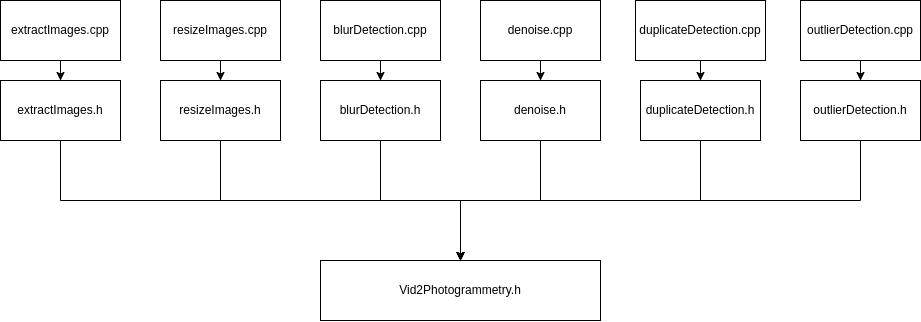
This is report/images/designDiagrams/libraryStructure.png from lucianjames/Vid2Photogrammetry, a draw.io export, as it was before one commit. Source tidied: cells renumbered, new cells last; positions are measured from the earlier drawing's top-left corner, leaving out a move shared by most shapes. Source of this version:
```xml
<mxGraphModel>
  <root>
    <mxCell id="0" />
    <mxCell id="1" parent="0" />
    <mxCell id="2" value="Vid2Photogrammetry.h" style="rounded=0;whiteSpace=wrap;html=1;" parent="1" vertex="1">
      <mxGeometry x="320" y="260" width="280" height="60" as="geometry" />
    </mxCell>
    <mxCell id="3" style="edgeStyle=orthogonalEdgeStyle;rounded=0;jettySize=auto;html=1;" parent="1" edge="1" source="4" target="2">
      <mxGeometry relative="1" as="geometry">
        <Array as="points">
          <mxPoint x="220" y="200" />
          <mxPoint x="460" y="200" />
        </Array>
      </mxGeometry>
    </mxCell>
    <mxCell id="4" value="resizeImages.h" style="rounded=0;whiteSpace=wrap;html=1;" parent="1" vertex="1">
      <mxGeometry x="160" y="80" width="120" height="60" as="geometry" />
    </mxCell>
    <mxCell id="5" style="edgeStyle=orthogonalEdgeStyle;rounded=0;jettySize=auto;html=1;" parent="1" edge="1" source="6" target="4">
      <mxGeometry relative="1" as="geometry" />
    </mxCell>
    <mxCell id="6" value="resizeImages.cpp" style="rounded=0;whiteSpace=wrap;html=1;" parent="1" vertex="1">
      <mxGeometry x="160" width="120" height="60" as="geometry" />
    </mxCell>
    <mxCell id="7" style="edgeStyle=orthogonalEdgeStyle;rounded=0;jettySize=auto;html=1;entryX=0.5;entryY=0;entryDx=0;entryDy=0;" parent="1" edge="1" source="8" target="2">
      <mxGeometry relative="1" as="geometry">
        <Array as="points">
          <mxPoint x="60" y="200" />
          <mxPoint x="460" y="200" />
        </Array>
      </mxGeometry>
    </mxCell>
    <mxCell id="8" value="extractImages.h" style="rounded=0;whiteSpace=wrap;html=1;" parent="1" vertex="1">
      <mxGeometry y="80" width="120" height="60" as="geometry" />
    </mxCell>
    <mxCell id="9" style="edgeStyle=orthogonalEdgeStyle;rounded=0;jettySize=auto;html=1;" parent="1" edge="1" source="10" target="8">
      <mxGeometry relative="1" as="geometry" />
    </mxCell>
    <mxCell id="10" value="extractImages.cpp" style="rounded=0;whiteSpace=wrap;html=1;" parent="1" vertex="1">
      <mxGeometry width="120" height="60" as="geometry" />
    </mxCell>
    <mxCell id="11" style="edgeStyle=orthogonalEdgeStyle;rounded=0;jettySize=auto;html=1;" parent="1" edge="1" source="12" target="14">
      <mxGeometry relative="1" as="geometry" />
    </mxCell>
    <mxCell id="12" value="blurDetection.cpp" style="rounded=0;whiteSpace=wrap;html=1;" parent="1" vertex="1">
      <mxGeometry x="320" width="120" height="60" as="geometry" />
    </mxCell>
    <mxCell id="13" style="edgeStyle=orthogonalEdgeStyle;rounded=0;jettySize=auto;html=1;" parent="1" edge="1" source="14" target="2">
      <mxGeometry relative="1" as="geometry" />
    </mxCell>
    <mxCell id="14" value="blurDetection.h" style="rounded=0;whiteSpace=wrap;html=1;" parent="1" vertex="1">
      <mxGeometry x="320" y="80" width="120" height="60" as="geometry" />
    </mxCell>
    <mxCell id="15" style="edgeStyle=orthogonalEdgeStyle;rounded=0;jettySize=auto;html=1;" parent="1" edge="1" source="16" target="2">
      <mxGeometry relative="1" as="geometry" />
    </mxCell>
    <mxCell id="16" value="denoise.h" style="rounded=0;whiteSpace=wrap;html=1;" parent="1" vertex="1">
      <mxGeometry x="480" y="80" width="120" height="60" as="geometry" />
    </mxCell>
    <mxCell id="17" style="edgeStyle=orthogonalEdgeStyle;rounded=0;jettySize=auto;html=1;" parent="1" edge="1" source="18" target="16">
      <mxGeometry relative="1" as="geometry" />
    </mxCell>
    <mxCell id="18" value="denoise.cpp" style="rounded=0;whiteSpace=wrap;html=1;" parent="1" vertex="1">
      <mxGeometry x="480" width="120" height="60" as="geometry" />
    </mxCell>
    <mxCell id="19" style="edgeStyle=orthogonalEdgeStyle;rounded=0;jettySize=auto;html=1;" parent="1" edge="1" source="20" target="2">
      <mxGeometry relative="1" as="geometry">
        <Array as="points">
          <mxPoint x="700" y="200" />
          <mxPoint x="460" y="200" />
        </Array>
      </mxGeometry>
    </mxCell>
    <mxCell id="20" value="duplicateDetection.h" style="rounded=0;whiteSpace=wrap;html=1;" parent="1" vertex="1">
      <mxGeometry x="640" y="80" width="120" height="60" as="geometry" />
    </mxCell>
    <mxCell id="21" style="edgeStyle=orthogonalEdgeStyle;rounded=0;jettySize=auto;html=1;" parent="1" edge="1" source="22" target="20">
      <mxGeometry relative="1" as="geometry" />
    </mxCell>
    <mxCell id="22" value="duplicateDetection.cpp" style="rounded=0;whiteSpace=wrap;html=1;" parent="1" vertex="1">
      <mxGeometry x="635" width="130" height="60" as="geometry" />
    </mxCell>
    <mxCell id="23" style="edgeStyle=orthogonalEdgeStyle;rounded=0;jettySize=auto;html=1;" parent="1" edge="1" source="24" target="2">
      <mxGeometry relative="1" as="geometry">
        <Array as="points">
          <mxPoint x="860" y="200" />
          <mxPoint x="460" y="200" />
        </Array>
      </mxGeometry>
    </mxCell>
    <mxCell id="24" value="outlierDetection.h" style="rounded=0;whiteSpace=wrap;html=1;" parent="1" vertex="1">
      <mxGeometry x="800" y="80" width="120" height="60" as="geometry" />
    </mxCell>
    <mxCell id="25" style="edgeStyle=orthogonalEdgeStyle;rounded=0;jettySize=auto;html=1;" parent="1" edge="1" source="26" target="24">
      <mxGeometry relative="1" as="geometry" />
    </mxCell>
    <mxCell id="26" value="outlierDetection.cpp" style="rounded=0;whiteSpace=wrap;html=1;" parent="1" vertex="1">
      <mxGeometry x="800" width="120" height="60" as="geometry" />
    </mxCell>
  </root>
</mxGraphModel>
```
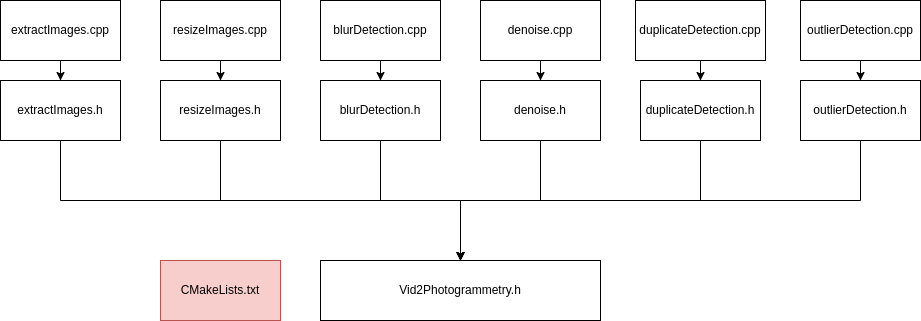
The same diagram one commit later.

Commit message:
Structure: python bindings

Change to the diagram source:
```diff
@@ -97,5 +97,8 @@
     <mxCell id="26" value="outlierDetection.cpp" style="rounded=0;whiteSpace=wrap;html=1;" parent="1" vertex="1">
       <mxGeometry x="800" width="120" height="60" as="geometry" />
     </mxCell>
+    <mxCell id="27" value="CMakeLists.txt" style="rounded=0;whiteSpace=wrap;html=1;fillColor=#f8cecc;strokeColor=#b85450;" parent="1" vertex="1">
+      <mxGeometry x="160" y="260" width="120" height="60" as="geometry" />
+    </mxCell>
   </root>
 </mxGraphModel>
```
